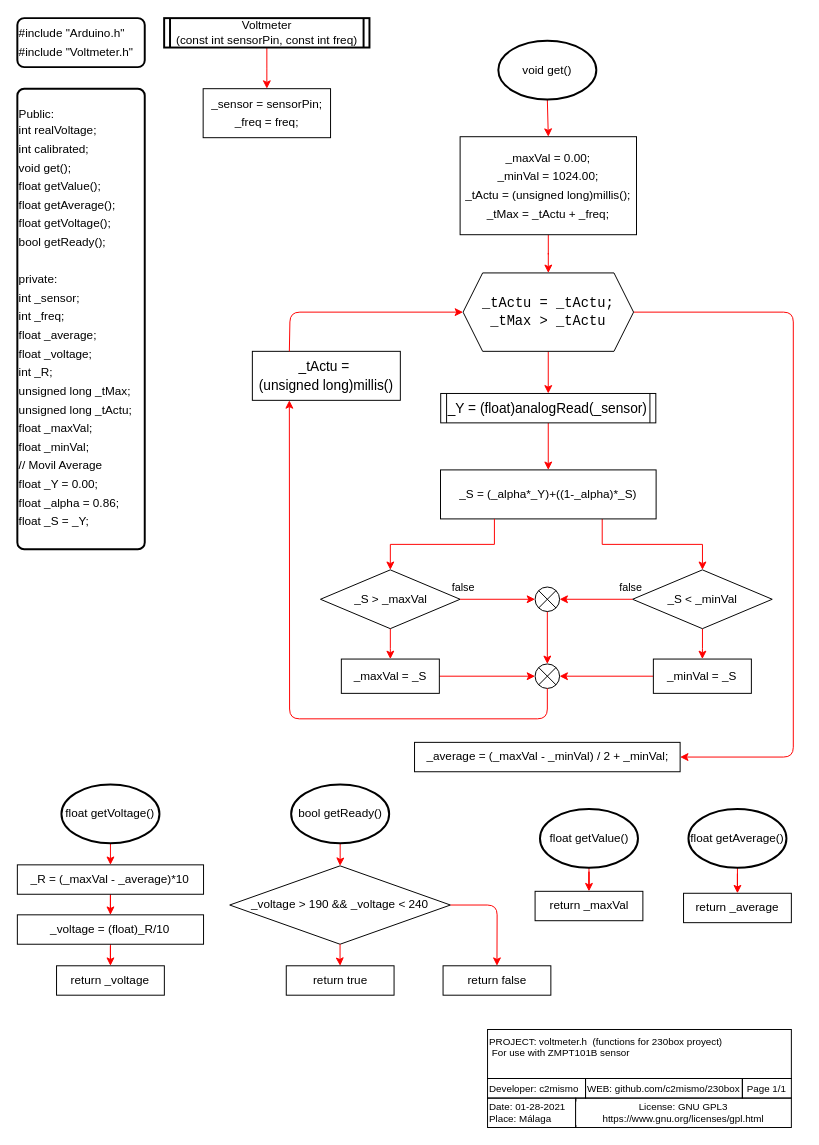
Before: documents/Flowcharts/Voltmeter.drawio in bambera/230box, a draw.io diagram. Source tidied: cells renumbered, new cells numbered last; positions are measured from the earlier drawing's top-left corner, leaving out a move shared by most shapes. Both pictures are drawn from the tidied source at 98%, with x=0, y=0 at pixel (17, 18).
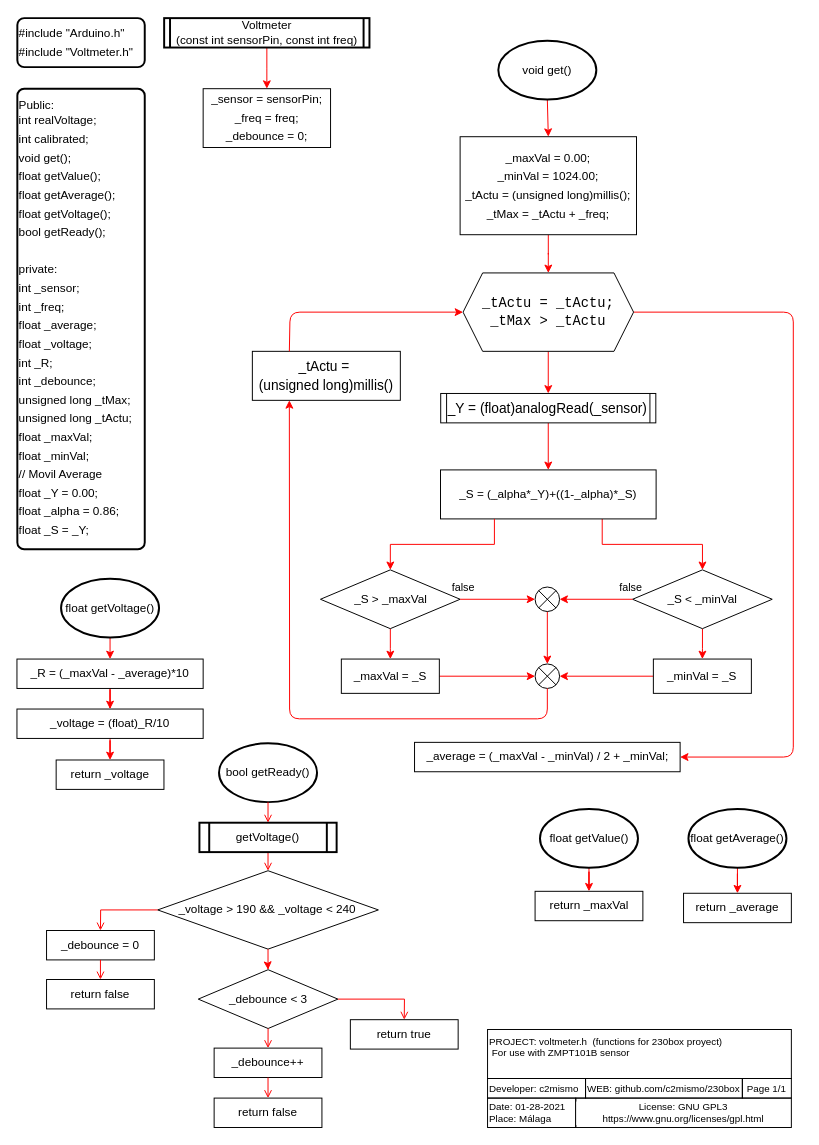
Above is the later version.

What changed in the source:
```diff
@@
     <mxCell id="2" value="&lt;div style=&quot;line-height: 19px&quot;&gt;_voltage &amp;gt; 190 &amp;amp;&amp;amp; _voltage &amp;lt; 240&lt;/div&gt;" style="rhombus;whiteSpace=wrap;html=1;rounded=0;fontColor=#000000;strokeColor=#000000;strokeWidth=1;fillColor=#FFFFFF;arcSize=14;" parent="1" vertex="1">
-      <mxGeometry x="216.9" y="865" width="225.2" height="80" as="geometry" />
+      <mxGeometry x="143.4" y="870" width="225.2" height="80" as="geometry" />
     </mxCell>
-    <mxCell id="3" style="edgeStyle=orthogonalEdgeStyle;rounded=0;jettySize=auto;html=1;exitX=0.5;exitY=1;exitDx=0;exitDy=0;exitPerimeter=0;strokeColor=#FF0000;" parent="1" edge="1" source="57" target="2">
-      <mxGeometry relative="1" as="geometry" />
-    </mxCell>
     <mxCell id="4" value="&lt;div style=&quot;line-height: 19px&quot;&gt;return _voltage&lt;/div&gt;" style="rounded=0;whiteSpace=wrap;html=1;arcSize=14;fontColor=#000000;strokeColor=#000000;strokeWidth=1;fillColor=#FFFFFF;" parent="1" vertex="1">
-      <mxGeometry x="40.2" y="967" width="110" height="30" as="geometry" />
+      <mxGeometry x="39.8" y="757" width="110" height="30" as="geometry" />
     </mxCell>
@@
     <mxCell id="7" value="&lt;div style=&quot;line-height: 19px&quot;&gt;_R = (_maxVal - _average)*10&lt;/div&gt;" style="rounded=0;whiteSpace=wrap;html=1;fontColor=#000000;strokeColor=#000000;strokeWidth=1;fillColor=#FFFFFF;arcSize=14;" parent="1" vertex="1">
-      <mxGeometry x="0.2" y="864" width="190" height="30" as="geometry" />
+      <mxGeometry x="-0.2" y="654" width="190" height="30" as="geometry" />
     </mxCell>
-    <mxCell id="8" value="&lt;div&gt;&lt;font style=&quot;font-size: 12px&quot;&gt;&lt;br&gt;&lt;/font&gt;&lt;/div&gt;&lt;div&gt;&lt;span style=&quot;&quot;&gt;Public:&lt;/span&gt;&lt;/div&gt;&lt;div style=&quot;line-height: 19px&quot;&gt;&lt;div&gt;&lt;font style=&quot;font-size: 12px&quot;&gt;int realVoltage;&lt;/font&gt;&lt;/div&gt;&lt;div&gt;    &lt;font style=&quot;font-size: 12px&quot;&gt;int calibrated;&lt;/font&gt;&lt;/div&gt;&lt;div&gt;    &lt;font style=&quot;font-size: 12px&quot;&gt;void get();&lt;/font&gt;&lt;/div&gt;&lt;div&gt;    &lt;font style=&quot;font-size: 12px&quot;&gt;float getValue();&lt;/font&gt;&lt;/div&gt;&lt;div&gt;    &lt;font style=&quot;font-size: 12px&quot;&gt;float getAverage();&lt;/font&gt;&lt;/div&gt;&lt;div&gt;    &lt;font style=&quot;font-size: 12px&quot;&gt;float getVoltage();&lt;/font&gt;&lt;/div&gt;&lt;div&gt;    &lt;font style=&quot;font-size: 12px&quot;&gt;bool getReady();&lt;/font&gt;&lt;/div&gt;&lt;div&gt;&lt;font style=&quot;font-size: 12px&quot;&gt;&lt;br&gt;&lt;/font&gt;&lt;/div&gt;&lt;div&gt;&lt;div style=&quot;line-height: 19px&quot;&gt;&lt;div&gt;&lt;font style=&quot;font-size: 12px&quot;&gt;private:&lt;/font&gt;&lt;/div&gt;&lt;div&gt;    &lt;font style=&quot;font-size: 12px&quot;&gt;int _sensor;&lt;/font&gt;&lt;/div&gt;&lt;div&gt;    &lt;font style=&quot;font-size: 12px&quot;&gt;int _freq;&lt;/font&gt;&lt;/div&gt;&lt;div&gt;    &lt;font style=&quot;font-size: 12px&quot;&gt;float _average;&lt;/font&gt;&lt;/div&gt;&lt;div&gt;    &lt;font style=&quot;font-size: 12px&quot;&gt;float _voltage;&lt;/font&gt;&lt;/div&gt;&lt;div&gt;    &lt;font style=&quot;font-size: 12px&quot;&gt;int _R;&lt;/font&gt;&lt;/div&gt;&lt;div&gt;    &lt;font style=&quot;font-size: 12px&quot;&gt;unsigned long _tMax;&lt;/font&gt;&lt;/div&gt;&lt;div&gt;    &lt;font style=&quot;font-size: 12px&quot;&gt;unsigned long _tActu;&lt;/font&gt;&lt;/div&gt;&lt;div&gt;    &lt;font style=&quot;font-size: 12px&quot;&gt;float _maxVal;&lt;/font&gt;&lt;/div&gt;&lt;div&gt;    &lt;font style=&quot;font-size: 12px&quot;&gt;float _minVal;&lt;/font&gt;&lt;/div&gt;&lt;div&gt;&lt;font style=&quot;font-size: 12px&quot;&gt;    // Movil Average&lt;/font&gt;&lt;/div&gt;&lt;div&gt;    &lt;font style=&quot;font-size: 12px&quot;&gt;float _Y = 0.00;&lt;/font&gt;&lt;/div&gt;&lt;div&gt;    &lt;font style=&quot;font-size: 12px&quot;&gt;float _alpha = 0.86;&lt;/font&gt;&lt;/div&gt;&lt;div&gt;    &lt;font style=&quot;font-size: 12px&quot;&gt;float _S = _Y;&lt;/font&gt;&lt;/div&gt;&lt;/div&gt;&lt;/div&gt;&lt;/div&gt;&lt;span&gt;&lt;br&gt;&lt;/span&gt;" style="rounded=1;whiteSpace=wrap;html=1;absoluteArcSize=1;arcSize=14;strokeWidth=2;align=left;strokeColor=#000000;fillColor=#FFFFFF;fontColor=#000000;" parent="1" vertex="1">
+    <mxCell id="8" value="&lt;div&gt;&lt;font style=&quot;font-size: 12px&quot;&gt;&lt;br&gt;&lt;/font&gt;&lt;/div&gt;&lt;div&gt;&lt;span&gt;Public:&lt;/span&gt;&lt;/div&gt;&lt;div style=&quot;line-height: 19px&quot;&gt;&lt;div&gt;&lt;font style=&quot;font-size: 12px&quot;&gt;int realVoltage;&lt;/font&gt;&lt;/div&gt;&lt;div&gt;    &lt;font style=&quot;font-size: 12px&quot;&gt;int calibrated;&lt;/font&gt;&lt;/div&gt;&lt;div&gt;    &lt;font style=&quot;font-size: 12px&quot;&gt;void get();&lt;/font&gt;&lt;/div&gt;&lt;div&gt;    &lt;font style=&quot;font-size: 12px&quot;&gt;float getValue();&lt;/font&gt;&lt;/div&gt;&lt;div&gt;    &lt;font style=&quot;font-size: 12px&quot;&gt;float getAverage();&lt;/font&gt;&lt;/div&gt;&lt;div&gt;    &lt;font style=&quot;font-size: 12px&quot;&gt;float getVoltage();&lt;/font&gt;&lt;/div&gt;&lt;div&gt;    &lt;font style=&quot;font-size: 12px&quot;&gt;bool getReady();&lt;/font&gt;&lt;/div&gt;&lt;div&gt;&lt;font style=&quot;font-size: 12px&quot;&gt;&lt;br&gt;&lt;/font&gt;&lt;/div&gt;&lt;div&gt;&lt;div style=&quot;line-height: 19px&quot;&gt;&lt;div&gt;&lt;font style=&quot;font-size: 12px&quot;&gt;private:&lt;/font&gt;&lt;/div&gt;&lt;div&gt;    &lt;font style=&quot;font-size: 12px&quot;&gt;int _sensor;&lt;/font&gt;&lt;/div&gt;&lt;div&gt;    &lt;font style=&quot;font-size: 12px&quot;&gt;int _freq;&lt;/font&gt;&lt;/div&gt;&lt;div&gt;    &lt;font style=&quot;font-size: 12px&quot;&gt;float _average;&lt;/font&gt;&lt;/div&gt;&lt;div&gt;    &lt;font style=&quot;font-size: 12px&quot;&gt;float _voltage;&lt;/font&gt;&lt;/div&gt;&lt;div&gt;    &lt;font style=&quot;font-size: 12px&quot;&gt;int _R;&lt;/font&gt;&lt;/div&gt;&lt;div&gt;&lt;font style=&quot;font-size: 12px&quot;&gt;int _debounce;&lt;/font&gt;&lt;/div&gt;&lt;div&gt;    &lt;font style=&quot;font-size: 12px&quot;&gt;unsigned long _tMax;&lt;/font&gt;&lt;/div&gt;&lt;div&gt;    &lt;font style=&quot;font-size: 12px&quot;&gt;unsigned long _tActu;&lt;/font&gt;&lt;/div&gt;&lt;div&gt;    &lt;font style=&quot;font-size: 12px&quot;&gt;float _maxVal;&lt;/font&gt;&lt;/div&gt;&lt;div&gt;    &lt;font style=&quot;font-size: 12px&quot;&gt;float _minVal;&lt;/font&gt;&lt;/div&gt;&lt;div&gt;&lt;font style=&quot;font-size: 12px&quot;&gt;    // Movil Average&lt;/font&gt;&lt;/div&gt;&lt;div&gt;    &lt;font style=&quot;font-size: 12px&quot;&gt;float _Y = 0.00;&lt;/font&gt;&lt;/div&gt;&lt;div&gt;    &lt;font style=&quot;font-size: 12px&quot;&gt;float _alpha = 0.86;&lt;/font&gt;&lt;/div&gt;&lt;div&gt;    &lt;font style=&quot;font-size: 12px&quot;&gt;float _S = _Y;&lt;/font&gt;&lt;/div&gt;&lt;/div&gt;&lt;/div&gt;&lt;/div&gt;&lt;span&gt;&lt;br&gt;&lt;/span&gt;" style="rounded=1;whiteSpace=wrap;html=1;absoluteArcSize=1;arcSize=14;strokeWidth=2;align=left;strokeColor=#000000;fillColor=#FFFFFF;fontColor=#000000;" parent="1" vertex="1">
       <mxGeometry x="0.2" y="72" width="130" height="470" as="geometry" />
     </mxCell>
-    <mxCell id="9" value="&lt;div style=&quot;line-height: 19px&quot;&gt;&lt;div&gt;  _sensor = sensorPin;&lt;/div&gt;&lt;div&gt;  _freq = freq;&lt;/div&gt;&lt;/div&gt;" style="rounded=0;whiteSpace=wrap;html=1;absoluteArcSize=1;arcSize=14;strokeWidth=1;align=center;fontColor=#000000;strokeColor=#000000;fillColor=#FFFFFF;" parent="1" vertex="1">
-      <mxGeometry x="189.8" y="72" width="130" height="50" as="geometry" />
+    <mxCell id="9" value="&lt;div style=&quot;line-height: 19px&quot;&gt;&lt;div&gt;  _sensor = sensorPin;&lt;/div&gt;&lt;div&gt;  _freq = freq;&lt;/div&gt;&lt;div&gt;_debounce = 0;&lt;/div&gt;&lt;/div&gt;" style="rounded=0;whiteSpace=wrap;html=1;absoluteArcSize=1;arcSize=14;strokeWidth=1;align=center;fontColor=#000000;strokeColor=#000000;fillColor=#FFFFFF;" parent="1" vertex="1">
+      <mxGeometry x="189.8" y="72" width="130" height="60" as="geometry" />
     </mxCell>
@@
-    <mxCell id="45" style="edgeStyle=orthogonalEdgeStyle;rounded=0;jettySize=auto;html=1;strokeColor=#FF0000;" parent="1" edge="1" source="2" target="46">
+    <mxCell id="45" style="edgeStyle=orthogonalEdgeStyle;rounded=0;jettySize=auto;html=1;strokeColor=#FF0000;entryX=0.5;entryY=0;entryDx=0;entryDy=0;entryPerimeter=0;" parent="1" edge="1" source="2" target="64">
       <mxGeometry relative="1" as="geometry" />
     </mxCell>
     <mxCell id="46" value="&lt;div style=&quot;line-height: 19px&quot;&gt;return true&lt;/div&gt;" style="rounded=0;whiteSpace=wrap;html=1;arcSize=14;fontColor=#000000;strokeColor=#000000;strokeWidth=1;fillColor=#FFFFFF;" parent="1" vertex="1">
-      <mxGeometry x="274.6" y="967" width="110" height="30" as="geometry" />
+      <mxGeometry x="340" y="1022" width="110" height="30" as="geometry" />
     </mxCell>
-    <mxCell id="47" value="&lt;div style=&quot;line-height: 19px&quot;&gt;return false&lt;/div&gt;" style="rounded=0;whiteSpace=wrap;html=1;arcSize=14;fontColor=#000000;strokeColor=#000000;strokeWidth=1;fillColor=#FFFFFF;" parent="1" vertex="1">
-      <mxGeometry x="434.6" y="967" width="110" height="30" as="geometry" />
+    <mxCell id="47" value="&lt;div style=&quot;line-height: 19px&quot;&gt;_debounce = 0&lt;br&gt;&lt;/div&gt;" style="rounded=0;whiteSpace=wrap;html=1;arcSize=14;fontColor=#000000;strokeColor=#000000;strokeWidth=1;fillColor=#FFFFFF;" parent="1" vertex="1">
+      <mxGeometry x="30" y="931" width="110" height="30" as="geometry" />
     </mxCell>
-    <mxCell id="48" style="endArrow=classic;html=1;exitX=1;exitY=0.5;exitDx=0;exitDy=0;entryX=0.5;entryY=0;entryDx=0;entryDy=0;strokeColor=#FF0000;" parent="1" edge="1" source="2" target="47">
-      <mxGeometry relative="1" as="geometry">
-        <Array as="points">
-          <mxPoint x="489.8" y="905" />
-        </Array>
-      </mxGeometry>
-    </mxCell>
@@
     <mxCell id="50" value="&lt;div style=&quot;line-height: 19px&quot;&gt;&lt;div style=&quot;line-height: 19px&quot;&gt;_voltage = (float)_R/10&lt;/div&gt;&lt;/div&gt;" style="rounded=0;whiteSpace=wrap;html=1;fontColor=#000000;strokeColor=#000000;strokeWidth=1;fillColor=#FFFFFF;arcSize=14;" parent="1" vertex="1">
-      <mxGeometry x="0.2" y="915" width="190" height="30" as="geometry" />
+      <mxGeometry x="-0.2" y="705" width="190" height="30" as="geometry" />
     </mxCell>
@@
     <mxCell id="54" value="float getVoltage()" style="strokeWidth=2;html=1;shape=mxgraph.flowchart.start_1;whiteSpace=wrap;rounded=0;fontColor=#000000;strokeColor=#000000;fillColor=#FFFFFF;arcSize=14;" parent="1" vertex="1">
-      <mxGeometry x="45.2" y="782" width="100" height="60" as="geometry" />
+      <mxGeometry x="44.8" y="572" width="100" height="60" as="geometry" />
     </mxCell>
@@
     <mxCell id="57" value="bool getReady()" style="strokeWidth=2;html=1;shape=mxgraph.flowchart.start_1;whiteSpace=wrap;rounded=0;fontColor=#000000;strokeColor=#000000;fillColor=#FFFFFF;arcSize=14;" parent="1" vertex="1">
-      <mxGeometry x="279.6" y="782" width="100" height="60" as="geometry" />
+      <mxGeometry x="206" y="740" width="100" height="60" as="geometry" />
     </mxCell>
@@
+    <mxCell id="64" value="&lt;div style=&quot;line-height: 19px&quot;&gt;_debounce &amp;lt; 3&lt;/div&gt;" style="strokeWidth=1;html=1;shape=mxgraph.flowchart.decision;whiteSpace=wrap;rounded=0;fontColor=#000000;strokeColor=#000000;fillColor=#FFFFFF;arcSize=14;" parent="1" vertex="1">
+      <mxGeometry x="184.8" y="971" width="142.5" height="60" as="geometry" />
+    </mxCell>
+    <mxCell id="65" value="&lt;div style=&quot;line-height: 19px&quot;&gt;_debounce++&lt;/div&gt;" style="rounded=0;whiteSpace=wrap;html=1;arcSize=14;fontColor=#000000;strokeColor=#000000;strokeWidth=1;fillColor=#FFFFFF;" parent="1" vertex="1">
+      <mxGeometry x="201" y="1051" width="110" height="30" as="geometry" />
+    </mxCell>
+    <mxCell id="66" value="&lt;div style=&quot;line-height: 19px&quot;&gt;return false&lt;/div&gt;" style="rounded=0;whiteSpace=wrap;html=1;arcSize=14;fontColor=#000000;strokeColor=#000000;strokeWidth=1;fillColor=#FFFFFF;" parent="1" vertex="1">
+      <mxGeometry x="201" y="1102" width="110" height="30" as="geometry" />
+    </mxCell>
+    <mxCell id="48" style="endArrow=open;strokeColor=#FF0000;endFill=1;rounded=0;entryX=0.5;entryY=0;entryDx=0;entryDy=0;exitX=0;exitY=0.5;exitDx=0;exitDy=0;" parent="1" edge="1" source="2" target="47">
+      <mxGeometry relative="1" as="geometry">
+        <Array as="points">
+          <mxPoint x="85.2" y="910" />
+        </Array>
+      </mxGeometry>
+    </mxCell>
+    <mxCell id="67" style="endArrow=open;strokeColor=#FF0000;endFill=1;rounded=0;entryX=0.5;entryY=0;entryDx=0;entryDy=0;exitX=1;exitY=0.5;exitDx=0;exitDy=0;exitPerimeter=0;" parent="1" edge="1" source="64" target="46">
+      <mxGeometry relative="1" as="geometry">
+        <Array as="points">
+          <mxPoint x="395.2" y="1001" />
+        </Array>
+      </mxGeometry>
+    </mxCell>
+    <mxCell id="68" value="&lt;div style=&quot;line-height: 19px&quot;&gt;return false&lt;/div&gt;" style="rounded=0;whiteSpace=wrap;html=1;arcSize=14;fontColor=#000000;strokeColor=#000000;strokeWidth=1;fillColor=#FFFFFF;" parent="1" vertex="1">
+      <mxGeometry x="30" y="981" width="110" height="30" as="geometry" />
+    </mxCell>
+    <mxCell id="69" style="endArrow=open;strokeColor=#FF0000;endFill=1;rounded=0;entryX=0.5;entryY=0;entryDx=0;entryDy=0;exitX=0.5;exitY=1;exitDx=0;exitDy=0;exitPerimeter=0;" parent="1" edge="1" source="64" target="65">
+      <mxGeometry relative="1" as="geometry" />
+    </mxCell>
+    <mxCell id="70" style="endArrow=open;strokeColor=#FF0000;endFill=1;rounded=0;entryX=0.5;entryY=0;entryDx=0;entryDy=0;exitX=0.5;exitY=1;exitDx=0;exitDy=0;" parent="1" edge="1" source="65" target="66">
+      <mxGeometry relative="1" as="geometry" />
+    </mxCell>
+    <mxCell id="71" style="endArrow=open;strokeColor=#FF0000;endFill=1;rounded=0;entryX=0.5;entryY=0;entryDx=0;entryDy=0;exitX=0.5;exitY=1;exitDx=0;exitDy=0;" parent="1" edge="1" source="47" target="68">
+      <mxGeometry relative="1" as="geometry" />
+    </mxCell>
+    <mxCell id="72" style="endArrow=open;strokeColor=#FF0000;endFill=1;rounded=0;entryX=0.5;entryY=0;entryDx=0;entryDy=0;exitX=0.5;exitY=1;exitDx=0;exitDy=0;" parent="1" edge="1" source="73" target="2">
+      <mxGeometry relative="1" as="geometry" />
+    </mxCell>
+    <mxCell id="73" value="&lt;font style=&quot;font-size: 12px&quot;&gt;getVoltage()&lt;/font&gt;" style="shape=process;whiteSpace=wrap;html=1;backgroundOutline=1;size=0.07142857142857142;rounded=0;fontColor=#000000;strokeColor=#000000;strokeWidth=2;fillColor=#FFFFFF;arcSize=14;" parent="1" vertex="1">
+      <mxGeometry x="186" y="821" width="140" height="30" as="geometry" />
+    </mxCell>
+    <mxCell id="74" style="endArrow=open;strokeColor=#FF0000;endFill=1;rounded=0;entryX=0.5;entryY=0;entryDx=0;entryDy=0;exitX=0.5;exitY=1;exitDx=0;exitDy=0;exitPerimeter=0;" parent="1" edge="1" source="57" target="73">
+      <mxGeometry relative="1" as="geometry" />
+    </mxCell>
```
